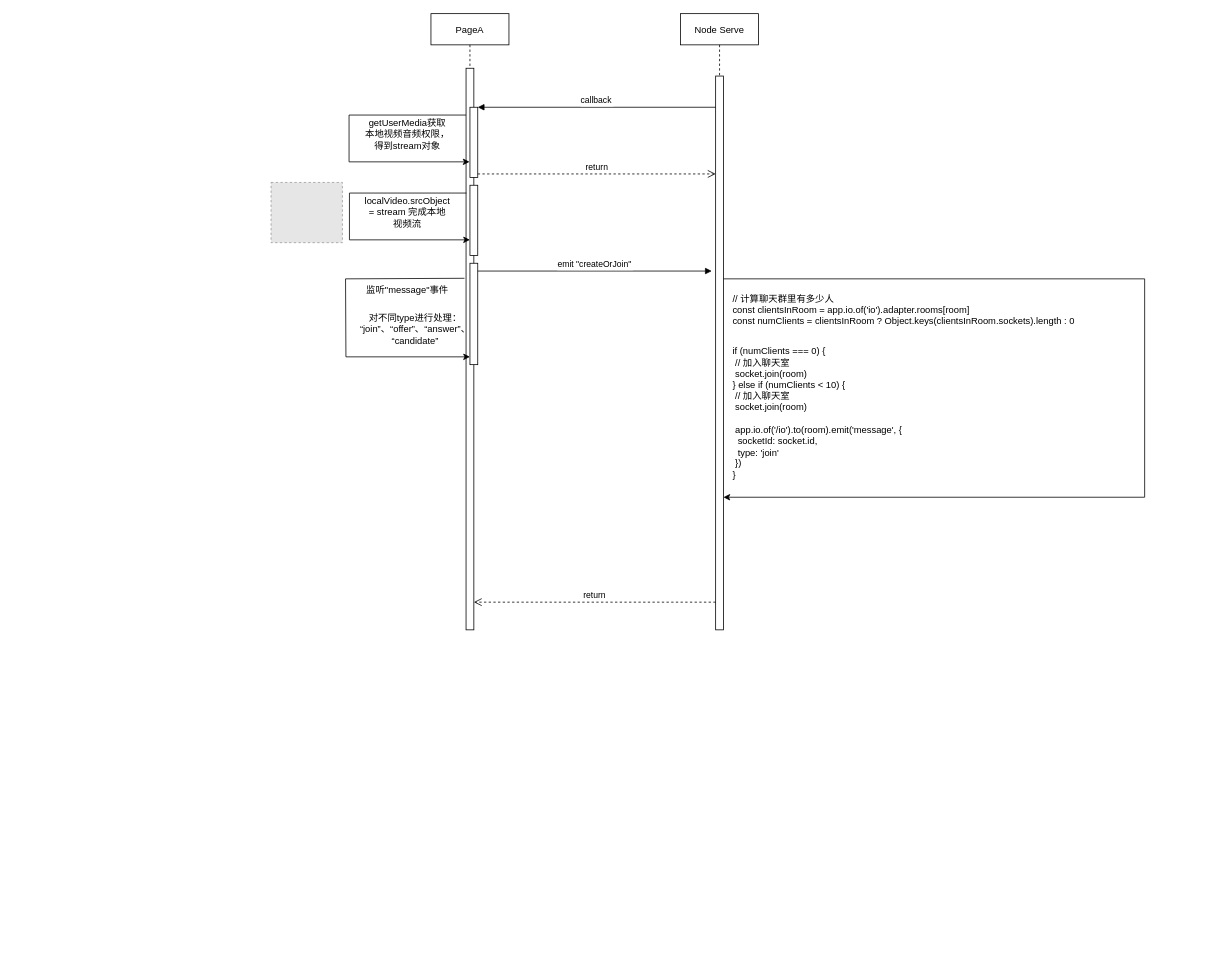
Before: Untitled Diagram.drawio in hu-ke/simple-h5-router, a draw.io diagram. Source tidied: cells renumbered, new cells numbered last; positions are measured from the earlier drawing's top-left corner, leaving out a move shared by most shapes. Both pictures are drawn from the tidied source at 78%, with x=0, y=0 at pixel (271, 13). Pictures stored in the file or linked from it are replaced by grey dashed boxes.
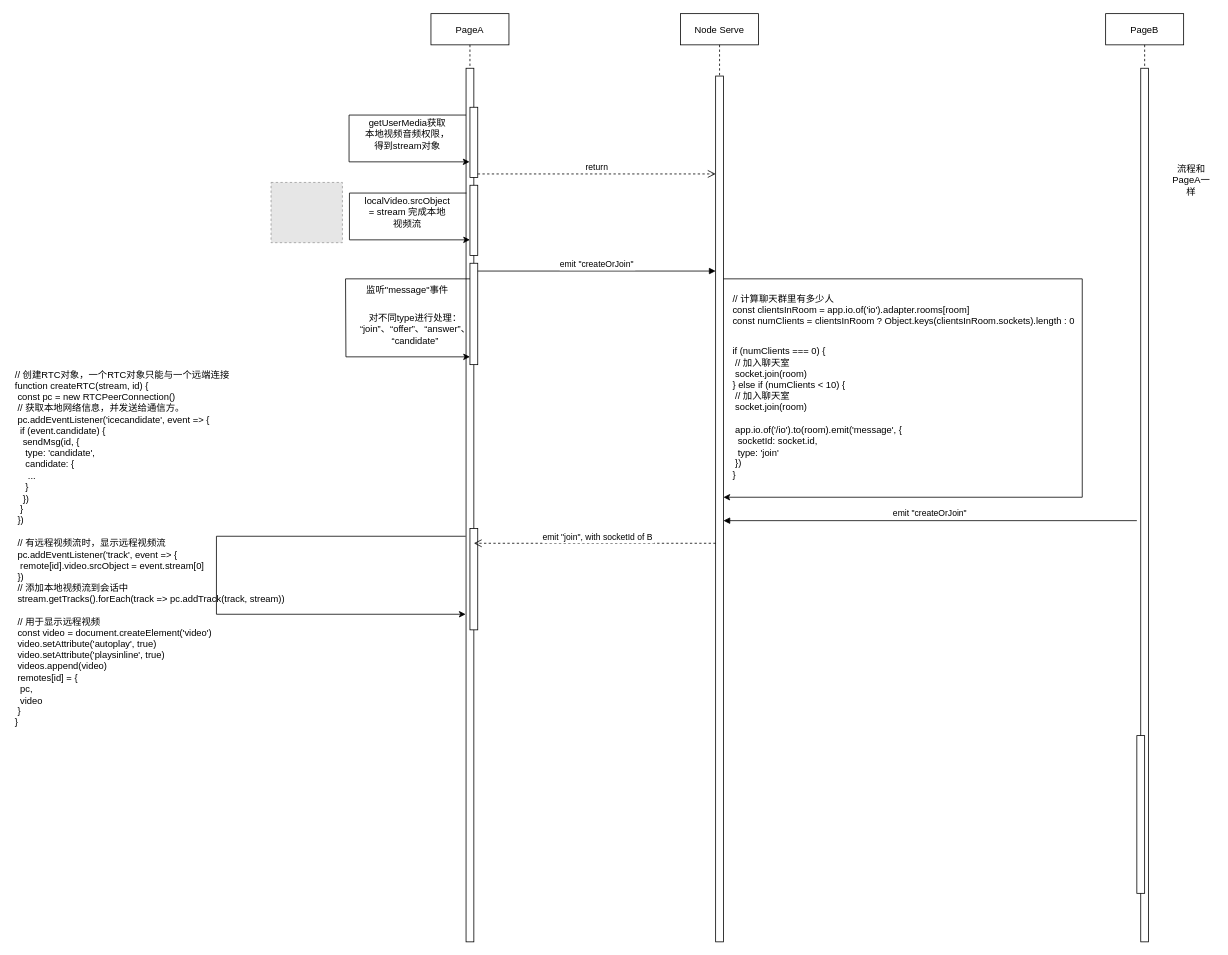
The same page after the edit.

Unchanged cells that the change refers to:
```xml
<mxCell id="4" style="points=[];perimeter=orthogonalPerimeter;rounded=0;shadow=0;strokeWidth=1;" parent="2" vertex="1">
  <mxGeometry x="50" y="120" width="10" height="90" as="geometry" />
</mxCell>
<mxCell id="7" style="points=[];perimeter=orthogonalPerimeter;rounded=0;shadow=0;strokeWidth=1;" parent="2" vertex="1">
  <mxGeometry x="50" y="320" width="10" height="130" as="geometry" />
</mxCell>
```

What changed in the source:
```diff
@@
     <mxCell id="2" value="PageA" style="shape=umlLifeline;perimeter=lifelinePerimeter;rounded=0;shadow=0;strokeWidth=1;" parent="1" vertex="1">
-      <mxGeometry x="205" width="100" height="790" as="geometry" />
+      <mxGeometry x="205" width="100" height="1190" as="geometry" />
     </mxCell>
     <mxCell id="3" style="points=[];perimeter=orthogonalPerimeter;rounded=0;shadow=0;strokeWidth=1;" parent="2" vertex="1">
-      <mxGeometry x="45" y="70" width="10" height="720" as="geometry" />
+      <mxGeometry x="45" y="70" width="10" height="1120" as="geometry" />
     </mxCell>
@@
-    <mxCell id="8" value="emit &quot;createOrJoin&quot;" style="verticalAlign=bottom;endArrow=block;entryX=0;entryY=0;shadow=0;strokeWidth=1;" parent="2" edge="1">
+    <mxCell id="8" value="emit &quot;createOrJoin&quot;" style="verticalAlign=bottom;endArrow=block;shadow=0;strokeWidth=1;" parent="2" edge="1" target="11">
       <mxGeometry relative="1" as="geometry">
         <mxPoint x="60" y="330" as="sourcePoint" />
-        <mxPoint x="360" y="330" as="targetPoint" />
       </mxGeometry>
     </mxCell>
-    <mxCell id="9" style="endArrow=classic;html=1;rounded=0;exitX=-0.2;exitY=0.374;exitDx=0;exitDy=0;exitPerimeter=0;" parent="2" edge="1" source="3">
+    <mxCell id="9" style="endArrow=classic;html=1;rounded=0;" parent="2" edge="1" source="7">
       <mxGeometry relative="1" as="geometry">
         <mxPoint x="50" y="440" as="targetPoint" />
         <Array as="points">
           <mxPoint x="-109.5" y="340" />
           <mxPoint x="-109" y="440" />
         </Array>
       </mxGeometry>
     </mxCell>
+    <mxCell id="24" style="perimeter=orthogonalPerimeter;rounded=0;shadow=0;strokeWidth=1;" parent="2" vertex="1">
+      <mxGeometry x="50" y="660" width="10" height="130" as="geometry" />
+    </mxCell>
     <mxCell id="10" value="Node Serve" style="shape=umlLifeline;perimeter=lifelinePerimeter;rounded=0;shadow=0;strokeWidth=1;" parent="1" vertex="1">
-      <mxGeometry x="525" width="100" height="790" as="geometry" />
+      <mxGeometry x="525" width="100" height="1190" as="geometry" />
     </mxCell>
     <mxCell id="11" style="points=[];perimeter=orthogonalPerimeter;rounded=0;shadow=0;strokeWidth=1;" parent="10" vertex="1">
-      <mxGeometry x="45" y="80" width="10" height="710" as="geometry" />
+      <mxGeometry x="45" y="80" width="10" height="1110" as="geometry" />
     </mxCell>
-    <mxCell id="12" value="return" style="verticalAlign=bottom;endArrow=open;dashed=1;endSize=8;exitX=0;exitY=0.95;shadow=0;strokeWidth=1;" parent="1" edge="1" source="11" target="3">
-      <mxGeometry relative="1" as="geometry" />
+    <mxCell id="12" value="emit &quot;join&quot;, with socketId of B" style="verticalAlign=bottom;endArrow=open;dashed=1;endSize=8;shadow=0;strokeWidth=1;" parent="1" edge="1">
+      <mxGeometry x="-0.03" y="1" relative="1" as="geometry">
+        <mxPoint x="570" y="679" as="sourcePoint" />
+        <mxPoint x="260" y="679" as="targetPoint" />
+        <Array as="points">
+          <mxPoint x="480" y="679" />
+        </Array>
+        <mxPoint x="-1" as="offset" />
+      </mxGeometry>
     </mxCell>
-    <mxCell id="13" value="callback" style="verticalAlign=bottom;endArrow=block;entryX=1;entryY=0;shadow=0;strokeWidth=1;" parent="1" edge="1" source="11" target="4">
-      <mxGeometry relative="1" as="geometry" />
-    </mxCell>
@@
     <mxCell id="19" style="endArrow=classic;html=1;rounded=0;" parent="1" edge="1" target="11">
       <mxGeometry relative="1" as="geometry">
         <mxPoint x="580" y="340" as="sourcePoint" />
         <Array as="points">
-          <mxPoint x="1120" y="340" />
-          <mxPoint x="1120" y="620" />
+          <mxPoint x="1040" y="340" />
+          <mxPoint x="1040" y="620" />
         </Array>
       </mxGeometry>
     </mxCell>
@@
+    <mxCell id="25" value="PageB" style="shape=umlLifeline;perimeter=lifelinePerimeter;rounded=0;shadow=0;strokeWidth=1;" parent="1" vertex="1">
+      <mxGeometry x="1070" width="100" height="1190" as="geometry" />
+    </mxCell>
+    <mxCell id="26" style="perimeter=orthogonalPerimeter;rounded=0;shadow=0;strokeWidth=1;" parent="25" vertex="1">
+      <mxGeometry x="45" y="70" width="10" height="1120" as="geometry" />
+    </mxCell>
+    <mxCell id="27" style="perimeter=orthogonalPerimeter;rounded=0;shadow=0;strokeWidth=1;" parent="26" vertex="1">
+      <mxGeometry x="-5" y="855.6" width="10" height="202.2" as="geometry" />
+    </mxCell>
+    <mxCell id="28" value="emit &quot;createOrJoin&quot;" style="verticalAlign=bottom;endArrow=block;entryX=1;entryY=0;shadow=0;strokeWidth=1;" parent="1" edge="1">
+      <mxGeometry relative="1" as="geometry">
+        <mxPoint x="1110" y="650" as="sourcePoint" />
+        <mxPoint x="580" y="650" as="targetPoint" />
+      </mxGeometry>
+    </mxCell>
+    <mxCell id="29" value="流程和PageA一样" style="text;strokeColor=none;align=center;fillColor=none;html=1;verticalAlign=middle;whiteSpace=wrap;rounded=0;flipV=1;flipH=1;" parent="1" vertex="1">
+      <mxGeometry x="1150" y="133.6" width="60" height="160" as="geometry" />
+    </mxCell>
+    <mxCell id="30" style="endArrow=classic;html=1;rounded=0;" parent="1" edge="1">
+      <mxGeometry relative="1" as="geometry">
+        <mxPoint x="249.5" y="670" as="sourcePoint" />
+        <mxPoint x="249.5" y="770" as="targetPoint" />
+        <Array as="points">
+          <mxPoint x="-70" y="670" />
+          <mxPoint x="-70" y="770" />
+        </Array>
+      </mxGeometry>
+    </mxCell>
+    <mxCell id="31" value="// 创建RTC对象，一个RTC对象只能与一个远端连接&lt;br&gt;function createRTC(stream, id) {&lt;br&gt;&lt;span style=&quot;&quot;&gt; &lt;/span&gt;&lt;span style=&quot;white-space: pre;&quot;&gt; &lt;/span&gt;const pc = new RTCPeerConnection()&lt;br style=&quot;border-color: var(--border-color);&quot;&gt;&lt;span style=&quot;white-space: pre;&quot;&gt; &lt;/span&gt;// 获取本地网络信息，并发送给通信方。&lt;br style=&quot;border-color: var(--border-color);&quot;&gt;&lt;span style=&quot;white-space: pre;&quot;&gt; &lt;/span&gt;pc.addEventListener('icecandidate', event =&amp;gt; {&lt;br style=&quot;border-color: var(--border-color);&quot;&gt;&lt;span style=&quot;border-color: var(--border-color);&quot;&gt; &lt;/span&gt;&lt;span style=&quot;white-space: pre;&quot;&gt; &lt;/span&gt;&lt;span style=&quot;white-space: pre;&quot;&gt; &lt;/span&gt;if (event.candidate) {&lt;br style=&quot;border-color: var(--border-color);&quot;&gt;&lt;span style=&quot;border-color: var(--border-color);&quot;&gt; &lt;/span&gt;&lt;span style=&quot;border-color: var(--border-color);&quot;&gt; &lt;/span&gt;&lt;span style=&quot;white-space: pre;&quot;&gt; &lt;/span&gt;&lt;span style=&quot;white-space: pre;&quot;&gt; &lt;/span&gt;&lt;span style=&quot;white-space: pre;&quot;&gt; &lt;/span&gt;sendMsg(id, {&lt;br style=&quot;border-color: var(--border-color);&quot;&gt;&lt;span style=&quot;border-color: var(--border-color);&quot;&gt; &lt;/span&gt;&lt;span style=&quot;border-color: var(--border-color);&quot;&gt; &lt;span style=&quot;border-color: var(--border-color);&quot;&gt; &lt;/span&gt;&lt;span style=&quot;white-space: pre;&quot;&gt; &lt;/span&gt;&lt;span style=&quot;white-space: pre;&quot;&gt; &lt;/span&gt;&lt;span style=&quot;white-space: pre;&quot;&gt; &lt;/span&gt;&lt;span style=&quot;white-space: pre;&quot;&gt; &lt;/span&gt;t&lt;/span&gt;ype: 'candidate',&lt;br style=&quot;border-color: var(--border-color);&quot;&gt;&lt;span style=&quot;border-color: var(--border-color);&quot;&gt; &lt;/span&gt;&lt;span style=&quot;border-color: var(--border-color);&quot;&gt; &lt;/span&gt;&lt;span style=&quot;border-color: var(--border-color);&quot;&gt; &lt;/span&gt;&lt;span style=&quot;white-space: pre;&quot;&gt; &lt;/span&gt;&lt;span style=&quot;white-space: pre;&quot;&gt; &lt;/span&gt;&lt;span style=&quot;white-space: pre;&quot;&gt; &lt;/span&gt;&lt;span style=&quot;white-space: pre;&quot;&gt; &lt;/span&gt;candidate: {&lt;br style=&quot;border-color: var(--border-color);&quot;&gt;&lt;span style=&quot;border-color: var(--border-color);&quot;&gt; &lt;/span&gt;&lt;span style=&quot;border-color: var(--border-color);&quot;&gt; &lt;/span&gt;&lt;span style=&quot;border-color: var(--border-color);&quot;&gt; &lt;span style=&quot;border-color: var(--border-color);&quot;&gt; &lt;/span&gt;&lt;span style=&quot;white-space: pre;&quot;&gt; &lt;/span&gt;&lt;span style=&quot;white-space: pre;&quot;&gt; &lt;/span&gt;&lt;span style=&quot;white-space: pre;&quot;&gt; &lt;/span&gt;&lt;span style=&quot;white-space: pre;&quot;&gt; &lt;/span&gt;&lt;span style=&quot;white-space: pre;&quot;&gt; &lt;/span&gt;.&lt;/span&gt;..&lt;br style=&quot;border-color: var(--border-color);&quot;&gt;&lt;span style=&quot;border-color: var(--border-color);&quot;&gt; &lt;/span&gt;&lt;span style=&quot;border-color: var(--border-color);&quot;&gt; &lt;/span&gt;&lt;span style=&quot;border-color: var(--border-color);&quot;&gt; &lt;/span&gt;&lt;span style=&quot;white-space: pre;&quot;&gt; &lt;/span&gt;&lt;span style=&quot;white-space: pre;&quot;&gt; &lt;/span&gt;&lt;span style=&quot;white-space: pre;&quot;&gt; &lt;/span&gt;&lt;span style=&quot;white-space: pre;&quot;&gt; &lt;/span&gt;}&lt;br style=&quot;border-color: var(--border-color);&quot;&gt;&lt;span style=&quot;border-color: var(--border-color);&quot;&gt; &lt;/span&gt;&lt;span style=&quot;border-color: var(--border-color);&quot;&gt; &lt;/span&gt;&lt;span style=&quot;white-space: pre;&quot;&gt; &lt;/span&gt;&lt;span style=&quot;white-space: pre;&quot;&gt; &lt;/span&gt;&lt;span style=&quot;white-space: pre;&quot;&gt; &lt;/span&gt;})&lt;br style=&quot;border-color: var(--border-color);&quot;&gt;&lt;span style=&quot;border-color: var(--border-color);&quot;&gt; &lt;/span&gt;&lt;span style=&quot;white-space: pre;&quot;&gt; &lt;/span&gt;&lt;span style=&quot;white-space: pre;&quot;&gt; &lt;/span&gt;}&lt;br style=&quot;border-color: var(--border-color);&quot;&gt;&lt;span style=&quot;white-space: pre;&quot;&gt; &lt;/span&gt;})&lt;br style=&quot;border-color: var(--border-color);&quot;&gt;&lt;br style=&quot;border-color: var(--border-color);&quot;&gt;&lt;span style=&quot;white-space: pre;&quot;&gt; &lt;/span&gt;// 有远程视频流时，显示远程视频流&lt;br style=&quot;border-color: var(--border-color);&quot;&gt;&lt;span style=&quot;white-space: pre;&quot;&gt; &lt;/span&gt;pc.addEventListener('track', event =&amp;gt; {&lt;br style=&quot;border-color: var(--border-color);&quot;&gt;&lt;span style=&quot;border-color: var(--border-color);&quot;&gt; &lt;/span&gt;&lt;span style=&quot;white-space: pre;&quot;&gt; &lt;/span&gt;&lt;span style=&quot;white-space: pre;&quot;&gt; &lt;/span&gt;remote[id].video.srcObject = event.stream[0]&lt;br style=&quot;border-color: var(--border-color);&quot;&gt;&lt;span style=&quot;white-space: pre;&quot;&gt; &lt;/span&gt;})&lt;br style=&quot;border-color: var(--border-color);&quot;&gt;&lt;span style=&quot;white-space: pre;&quot;&gt; &lt;/span&gt;// 添加本地视频流到会话中&lt;br style=&quot;border-color: var(--border-color);&quot;&gt;&lt;span style=&quot;white-space: pre;&quot;&gt; &lt;/span&gt;stream.getTracks().forEach(track =&amp;gt; pc.addTrack(track, stream))&lt;br style=&quot;border-color: var(--border-color);&quot;&gt;&lt;br style=&quot;border-color: var(--border-color);&quot;&gt;&lt;span style=&quot;white-space: pre;&quot;&gt; &lt;/span&gt;// 用于显示远程视频&lt;br style=&quot;border-color: var(--border-color);&quot;&gt;&lt;span style=&quot;white-space: pre;&quot;&gt; &lt;/span&gt;const video = document.createElement('video')&lt;br style=&quot;border-color: var(--border-color);&quot;&gt;&lt;span style=&quot;white-space: pre;&quot;&gt; &lt;/span&gt;video.setAttribute('autoplay', true)&lt;br style=&quot;border-color: var(--border-color);&quot;&gt;&lt;span style=&quot;white-space: pre;&quot;&gt; &lt;/span&gt;video.setAttribute('playsinline', true)&lt;br style=&quot;border-color: var(--border-color);&quot;&gt;&lt;span style=&quot;white-space: pre;&quot;&gt; &lt;/span&gt;videos.append(video)&lt;br style=&quot;border-color: var(--border-color);&quot;&gt;&lt;span style=&quot;white-space: pre;&quot;&gt; &lt;/span&gt;remotes[id] = {&lt;br style=&quot;border-color: var(--border-color);&quot;&gt;&lt;span style=&quot;border-color: var(--border-color);&quot;&gt; &lt;/span&gt;&lt;span style=&quot;white-space: pre;&quot;&gt; &lt;/span&gt;&lt;span style=&quot;white-space: pre;&quot;&gt; &lt;/span&gt;pc,&lt;br style=&quot;border-color: var(--border-color);&quot;&gt;&lt;span style=&quot;border-color: var(--border-color);&quot;&gt; &lt;/span&gt;&lt;span style=&quot;white-space: pre;&quot;&gt; &lt;/span&gt;&lt;span style=&quot;white-space: pre;&quot;&gt; &lt;/span&gt;video&lt;br style=&quot;border-color: var(--border-color);&quot;&gt;&lt;span style=&quot;white-space: pre;&quot;&gt; &lt;/span&gt;}&lt;br&gt;}" style="text;strokeColor=none;align=left;fillColor=none;html=1;verticalAlign=middle;whiteSpace=wrap;rounded=0;" parent="1" vertex="1">
+      <mxGeometry x="-330" y="431" width="600" height="510" as="geometry" />
+    </mxCell>
```
